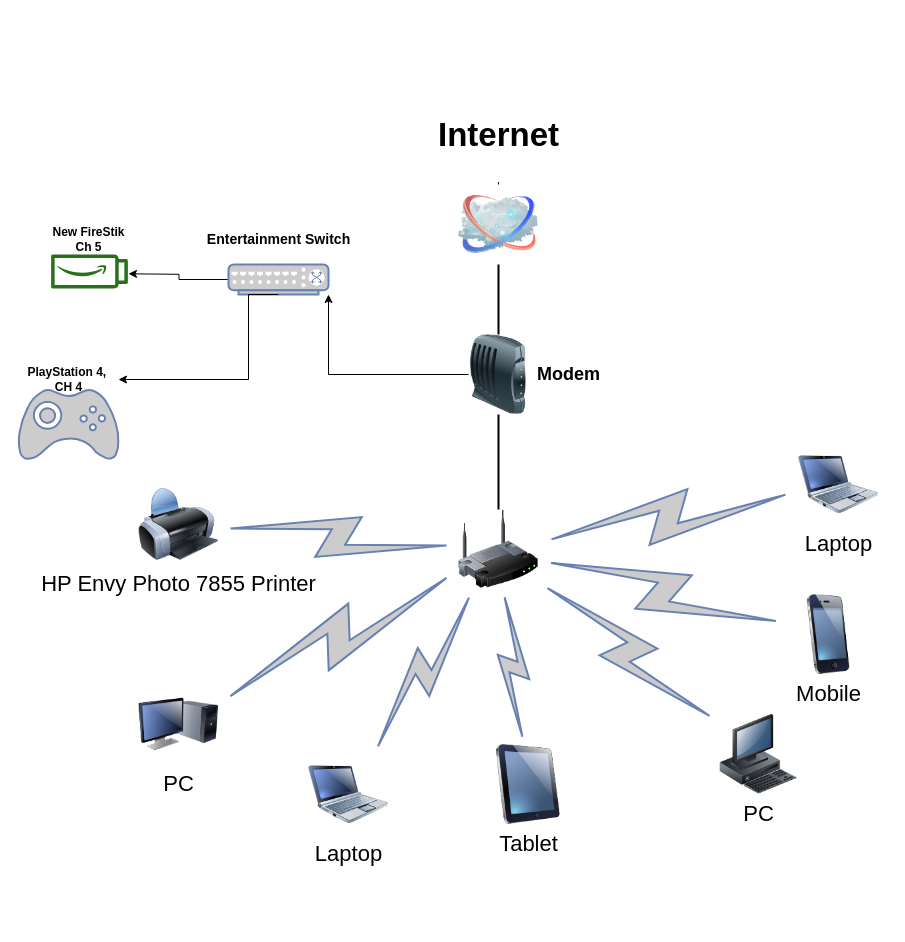
ajnickmom/hmnetwork keeps this draw.io diagram as hmnetwork.drawio. Above is the earlier version. Source tidied: cells renumbered, new cells numbered last; positions are measured from the earlier drawing's top-left corner, leaving out a move shared by most shapes. Both pictures are drawn from the tidied source at 100%, with x=0, y=0 at pixel (18, 104).
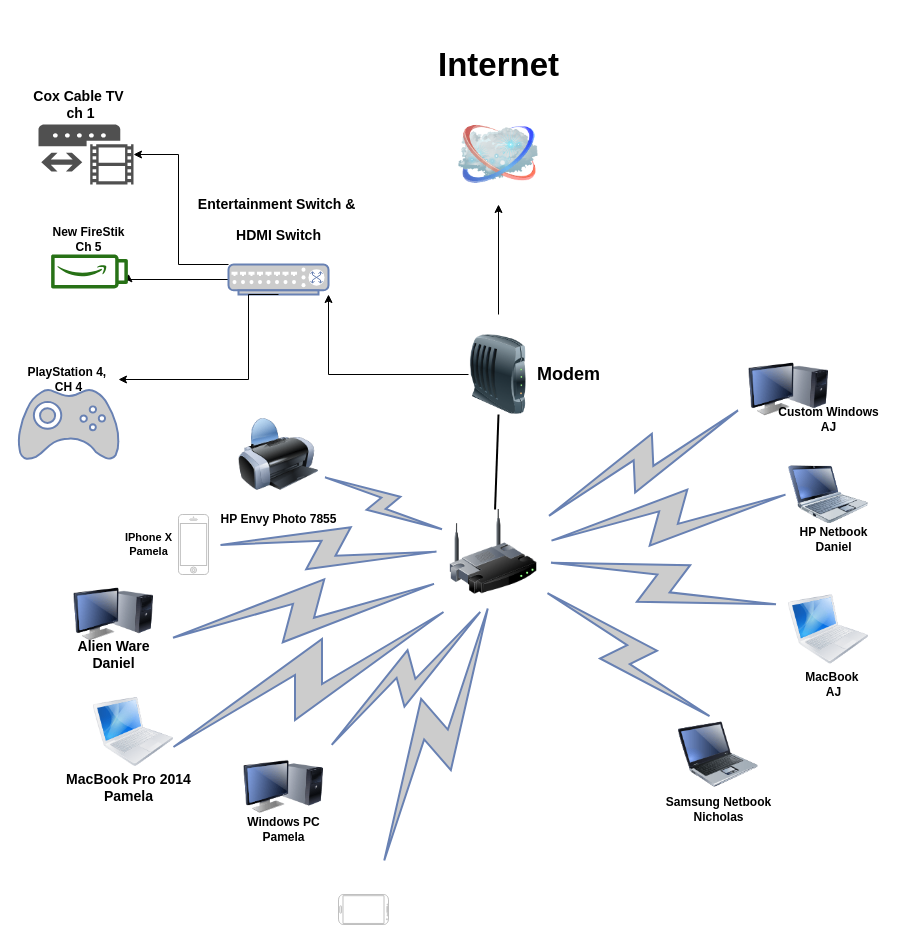
After the change.

The change refers to these unchanged cells:
```xml
<mxCell id="24" style="fontColor=#0066CC;verticalAlign=top;verticalLabelPosition=bottom;labelPosition=center;align=center;html=1;outlineConnect=0;fillColor=#CCCCCC;strokeColor=#6881B3;gradientColor=none;gradientDirection=north;strokeWidth=2;shape=mxgraph.networks.switch;" parent="1" vertex="1">
  <mxGeometry x="210" y="160" width="100" height="30" as="geometry" />
</mxCell>
```

Change to the diagram source:
```diff
@@
     <mxCell id="3" style="image;html=1;labelBackgroundColor=#ffffff;image=img/lib/clip_art/networking/Wireless_Router_128x128.png;rounded=1;shadow=0;comic=0;strokeWidth=2;fontSize=22;" parent="1" vertex="1">
-      <mxGeometry x="440" y="405" width="80" height="80" as="geometry" />
+      <mxGeometry x="430" y="405" width="90" height="85" as="geometry" />
     </mxCell>
-    <mxCell id="4" style="edgeStyle=orthogonalEdgeStyle;rounded=0;jettySize=auto;html=1;" parent="1" edge="1" source="5">
-      <mxGeometry relative="1" as="geometry">
-        <mxPoint x="480" as="targetPoint" />
-      </mxGeometry>
-    </mxCell>
-    <mxCell id="5" value="&lt;h2&gt;Internet&lt;/h2&gt;" style="image;html=1;labelBackgroundColor=#ffffff;image=img/lib/clip_art/networking/Cloud_128x128.png;rounded=1;shadow=0;comic=0;strokeWidth=2;fontSize=22;labelPosition=center;verticalLabelPosition=top;align=center;verticalAlign=bottom;" parent="1" vertex="1">
-      <mxGeometry x="440" y="80" width="80" height="80" as="geometry" />
-    </mxCell>
-    <mxCell id="6" style="edgeStyle=none;rounded=0;html=1;labelBackgroundColor=none;endArrow=none;strokeWidth=2;fontFamily=Verdana;fontSize=22;" parent="1" edge="1" target="5">
-      <mxGeometry relative="1" as="geometry">
-        <mxPoint x="480" y="230" as="sourcePoint" />
-      </mxGeometry>
-    </mxCell>
-    <mxCell id="7" value="Tablet" style="image;html=1;labelBackgroundColor=#ffffff;image=img/lib/clip_art/computers/iPad_128x128.png;rounded=1;shadow=0;comic=0;strokeWidth=2;fontSize=22;" parent="1" vertex="1">
-      <mxGeometry x="470" y="640" width="80" height="80" as="geometry" />
-    </mxCell>
-    <mxCell id="8" value="PC" style="image;html=1;labelBackgroundColor=#ffffff;image=img/lib/clip_art/computers/Monitor_Tower_128x128.png;rounded=1;shadow=0;comic=0;strokeWidth=2;fontSize=22;" parent="1" vertex="1">
-      <mxGeometry x="120" y="580" width="80" height="80" as="geometry" />
-    </mxCell>
+    <mxCell id="34" style="edgeStyle=orthogonalEdgeStyle;rounded=0;orthogonalLoop=1;jettySize=auto;html=1;" parent="1" edge="1">
+      <mxGeometry relative="1" as="geometry">
+        <mxPoint x="480" y="210" as="sourcePoint" />
+        <mxPoint x="480" y="100" as="targetPoint" />
+      </mxGeometry>
+    </mxCell>
-    <mxCell id="9" value="HP Envy Photo 7855 Printer" style="image;html=1;labelBackgroundColor=#ffffff;image=img/lib/clip_art/computers/Printer_128x128.png;rounded=1;shadow=0;comic=0;strokeWidth=2;fontSize=22;" parent="1" vertex="1">
-      <mxGeometry x="120" y="380" width="80" height="80" as="geometry" />
+    <mxCell id="9" value="&lt;h3 style=&quot;font-size: 12px ; line-height: 100%&quot;&gt;HP Envy Photo 7855&lt;/h3&gt;" style="image;html=1;labelBackgroundColor=#ffffff;image=img/lib/clip_art/computers/Printer_128x128.png;rounded=1;shadow=0;comic=0;strokeWidth=2;fontSize=22;align=center;" parent="1" vertex="1">
+      <mxGeometry x="220" y="310" width="80" height="80" as="geometry" />
     </mxCell>
-    <mxCell id="10" value="PC" style="image;html=1;labelBackgroundColor=#ffffff;image=img/lib/clip_art/computers/Workstation_128x128.png;rounded=1;shadow=0;comic=0;strokeWidth=2;fontSize=22;" parent="1" vertex="1">
-      <mxGeometry x="700" y="610" width="80" height="80" as="geometry" />
-    </mxCell>
-    <mxCell id="11" value="Mobile" style="image;html=1;labelBackgroundColor=#ffffff;image=img/lib/clip_art/telecommunication/iPhone_128x128.png;rounded=1;shadow=0;comic=0;strokeWidth=2;fontSize=22;" parent="1" vertex="1">
-      <mxGeometry x="770" y="490" width="80" height="80" as="geometry" />
-    </mxCell>
-    <mxCell id="12" value="Laptop" style="image;html=1;labelBackgroundColor=#ffffff;image=img/lib/clip_art/computers/Netbook_128x128.png;rounded=1;shadow=0;comic=0;strokeColor=#000000;strokeWidth=2;fillColor=#FFFFFF;fontSize=22;fontColor=#000000;" parent="1" vertex="1">
-      <mxGeometry x="780" y="340" width="80" height="80" as="geometry" />
-    </mxCell>
-    <mxCell id="13" value="Laptop" style="image;html=1;labelBackgroundColor=#ffffff;image=img/lib/clip_art/computers/Netbook_128x128.png;rounded=1;shadow=0;comic=0;strokeWidth=2;fontSize=22;" parent="1" vertex="1">
-      <mxGeometry x="290" y="650" width="80" height="80" as="geometry" />
-    </mxCell>
-    <mxCell id="14" style="html=1;fillColor=#CCCCCC;strokeColor=#6881B3;gradientColor=none;gradientDirection=north;strokeWidth=2;shape=mxgraph.networks.comm_link_edge;html=1;labelBackgroundColor=none;endArrow=none;fontFamily=Verdana;fontSize=22;fontColor=#000000;" parent="1" edge="1" source="9" target="3">
-      <mxGeometry relative="1" as="geometry" />
+    <mxCell id="14" style="html=1;fillColor=#CCCCCC;strokeColor=#6881B3;gradientColor=none;gradientDirection=north;strokeWidth=2;shape=mxgraph.networks.comm_link_edge;html=1;labelBackgroundColor=none;endArrow=none;fontFamily=Verdana;fontSize=22;fontColor=#000000;" parent="1" edge="1" target="3">
+      <mxGeometry relative="1" as="geometry">
+        <mxPoint x="300" y="370" as="sourcePoint" />
+      </mxGeometry>
     </mxCell>
-    <mxCell id="15" style="html=1;fillColor=#CCCCCC;strokeColor=#6881B3;gradientColor=none;gradientDirection=north;strokeWidth=2;shape=mxgraph.networks.comm_link_edge;html=1;labelBackgroundColor=none;endArrow=none;fontFamily=Verdana;fontSize=22;fontColor=#000000;fontStyle=1;" parent="1" edge="1" source="8" target="3">
-      <mxGeometry relative="1" as="geometry" />
+    <mxCell id="15" style="html=1;fillColor=#CCCCCC;strokeColor=#6881B3;gradientColor=none;gradientDirection=north;strokeWidth=2;shape=mxgraph.networks.comm_link_edge;html=1;labelBackgroundColor=none;endArrow=none;fontFamily=Verdana;fontSize=22;fontColor=#000000;fontStyle=1;" parent="1" edge="1" source="39" target="3">
+      <mxGeometry relative="1" as="geometry">
+        <Array as="points">
+          <mxPoint x="290" y="490" />
+          <mxPoint x="440" y="470" />
+        </Array>
+      </mxGeometry>
     </mxCell>
-    <mxCell id="16" style="html=1;fillColor=#CCCCCC;strokeColor=#6881B3;gradientColor=none;gradientDirection=north;strokeWidth=2;shape=mxgraph.networks.comm_link_edge;html=1;labelBackgroundColor=none;endArrow=none;fontFamily=Verdana;fontSize=22;fontColor=#000000;" parent="1" edge="1" source="13" target="3">
-      <mxGeometry relative="1" as="geometry" />
-    </mxCell>
-    <mxCell id="17" style="html=1;fillColor=#CCCCCC;strokeColor=#6881B3;gradientColor=none;gradientDirection=north;strokeWidth=2;shape=mxgraph.networks.comm_link_edge;html=1;labelBackgroundColor=none;endArrow=none;fontFamily=Verdana;fontSize=22;fontColor=#000000;" parent="1" edge="1" source="7" target="3">
-      <mxGeometry relative="1" as="geometry" />
+    <mxCell id="17" style="html=1;fillColor=#CCCCCC;strokeColor=#6881B3;gradientColor=none;gradientDirection=north;strokeWidth=2;shape=mxgraph.networks.comm_link_edge;html=1;labelBackgroundColor=none;endArrow=none;fontFamily=Verdana;fontSize=22;fontColor=#000000;" parent="1" edge="1" source="42">
+      <mxGeometry relative="1" as="geometry">
+        <mxPoint x="470" y="500" as="targetPoint" />
+        <Array as="points">
+          <mxPoint x="360" y="600" />
+          <mxPoint x="430" y="530" />
+        </Array>
+      </mxGeometry>
     </mxCell>
-    <mxCell id="18" style="html=1;fillColor=#CCCCCC;strokeColor=#6881B3;gradientColor=none;gradientDirection=north;strokeWidth=2;shape=mxgraph.networks.comm_link_edge;html=1;labelBackgroundColor=none;endArrow=none;fontFamily=Verdana;fontSize=22;fontColor=#000000;" parent="1" edge="1" source="10" target="3">
-      <mxGeometry relative="1" as="geometry" />
+    <mxCell id="18" style="html=1;fillColor=#CCCCCC;strokeColor=#6881B3;gradientColor=none;gradientDirection=north;strokeWidth=2;shape=mxgraph.networks.comm_link_edge;html=1;labelBackgroundColor=none;endArrow=none;fontFamily=Verdana;fontSize=22;fontColor=#000000;" parent="1" edge="1" target="3">
+      <mxGeometry relative="1" as="geometry">
+        <mxPoint x="700" y="618.5" as="sourcePoint" />
+      </mxGeometry>
     </mxCell>
-    <mxCell id="19" style="html=1;fillColor=#CCCCCC;strokeColor=#6881B3;gradientColor=none;gradientDirection=north;strokeWidth=2;shape=mxgraph.networks.comm_link_edge;html=1;labelBackgroundColor=none;endArrow=none;fontFamily=Verdana;fontSize=22;fontColor=#000000;" parent="1" edge="1" source="11" target="3">
-      <mxGeometry relative="1" as="geometry" />
+    <mxCell id="19" style="html=1;fillColor=#CCCCCC;strokeColor=#6881B3;gradientColor=none;gradientDirection=north;strokeWidth=2;shape=mxgraph.networks.comm_link_edge;html=1;labelBackgroundColor=none;endArrow=none;fontFamily=Verdana;fontSize=22;fontColor=#000000;" parent="1" edge="1" target="3">
+      <mxGeometry relative="1" as="geometry">
+        <mxPoint x="770" y="502.1" as="sourcePoint" />
+      </mxGeometry>
     </mxCell>
-    <mxCell id="20" style="html=1;fillColor=#CCCCCC;strokeColor=#6881B3;gradientColor=none;gradientDirection=north;strokeWidth=2;shape=mxgraph.networks.comm_link_edge;html=1;labelBackgroundColor=none;endArrow=none;fontFamily=Verdana;fontSize=22;fontColor=#000000;" parent="1" edge="1" source="12" target="3">
-      <mxGeometry relative="1" as="geometry" />
+    <mxCell id="20" style="html=1;fillColor=#CCCCCC;strokeColor=#6881B3;gradientColor=none;gradientDirection=north;strokeWidth=2;shape=mxgraph.networks.comm_link_edge;html=1;labelBackgroundColor=none;endArrow=none;fontFamily=Verdana;fontSize=22;fontColor=#000000;" parent="1" edge="1" target="3">
+      <mxGeometry relative="1" as="geometry">
+        <mxPoint x="780" y="387.6" as="sourcePoint" />
+      </mxGeometry>
     </mxCell>
@@
     <mxCell id="23" style="edgeStyle=orthogonalEdgeStyle;rounded=0;jettySize=auto;html=1;" parent="1" edge="1" source="24">
       <mxGeometry relative="1" as="geometry">
         <mxPoint x="110" y="169.3" as="targetPoint" />
+        <Array as="points">
+          <mxPoint x="110" y="175" />
+        </Array>
       </mxGeometry>
     </mxCell>
@@
+    <mxCell id="35" style="edgeStyle=orthogonalEdgeStyle;rounded=0;jettySize=auto;html=1;" parent="1" edge="1" source="24" target="36">
+      <mxGeometry relative="1" as="geometry">
+        <Array as="points">
+          <mxPoint x="160" y="160" />
+          <mxPoint x="160" y="50" />
+        </Array>
+      </mxGeometry>
+    </mxCell>
-    <mxCell id="26" value="&lt;h3&gt;Entertainment Switch&lt;/h3&gt;" style="text;html=1;align=center;verticalAlign=middle;fillColor=none;strokeColor=none;rounded=0;" parent="1" vertex="1">
-      <mxGeometry x="180" y="110" width="160" height="50" as="geometry" />
+    <mxCell id="26" value="&lt;h3&gt;Entertainment Switch &amp;amp;&amp;nbsp;&lt;/h3&gt;&lt;h3&gt;HDMI Switch&lt;/h3&gt;" style="text;html=1;align=center;verticalAlign=middle;fillColor=none;strokeColor=none;rounded=0;" parent="1" vertex="1">
+      <mxGeometry x="170" y="75" width="180" height="80" as="geometry" />
     </mxCell>
@@
-    <mxCell id="33" value="&lt;h4&gt;New FireStik&lt;br&gt;Ch 5&lt;/h4&gt;" style="text;html=1;align=center;verticalAlign=middle;fillColor=none;strokeColor=none;rounded=0;" parent="1" vertex="1">
+    <mxCell id="33" value="&lt;h4&gt;&lt;/h4&gt;&lt;h4&gt;New FireStik&lt;br&gt;Ch 5&lt;/h4&gt;" style="text;html=1;align=center;verticalAlign=middle;fillColor=none;strokeColor=none;rounded=0;" parent="1" vertex="1">
       <mxGeometry x="25" y="100" width="90" height="70" as="geometry" />
     </mxCell>
+    <mxCell id="36" style="shadow=0;dashed=0;html=1;strokeColor=none;fillColor=#505050;labelPosition=center;verticalLabelPosition=bottom;verticalAlign=top;outlineConnect=0;align=center;shape=mxgraph.office.devices.video_gateway;" parent="1" vertex="1">
+      <mxGeometry x="20" y="20" width="95" height="60" as="geometry" />
+    </mxCell>
+    <mxCell id="37" value="&lt;h3&gt;Cox Cable TV&lt;br&gt;&amp;nbsp;ch 1&lt;/h3&gt;" style="text;html=1;align=center;verticalAlign=middle;fillColor=none;strokeColor=none;rounded=0;" parent="1" vertex="1">
+      <mxGeometry x="5" y="-30" width="110" height="60" as="geometry" />
+    </mxCell>
+    <mxCell id="38" style="image;html=1;image=img/lib/clip_art/computers/Monitor_Tower_128x128.png;align=center;" parent="1" vertex="1">
+      <mxGeometry x="55" y="470" width="80" height="80" as="geometry" />
+    </mxCell>
+    <mxCell id="39" value="&lt;h3&gt;Alien Ware&lt;br&gt;Daniel&lt;/h3&gt;" style="text;html=1;align=center;verticalAlign=middle;points=[];fillColor=none;strokeColor=none;rounded=0;" parent="1" vertex="1">
+      <mxGeometry x="50" y="520" width="90" height="60" as="geometry" />
+    </mxCell>
+    <mxCell id="40" style="image;html=1;image=img/lib/clip_art/computers/MacBook_128x128.png;align=center;" parent="1" vertex="1">
+      <mxGeometry x="75" y="587.5" width="80" height="80" as="geometry" />
+    </mxCell>
+    <mxCell id="41" value="&lt;h3&gt;MacBook Pro 2014&lt;br&gt;Pamela&lt;/h3&gt;" style="text;html=1;align=center;verticalAlign=middle;fillColor=none;strokeColor=none;rounded=0;" parent="1" vertex="1">
+      <mxGeometry x="40" y="652.5" width="140" height="60" as="geometry" />
+    </mxCell>
+    <mxCell id="42" style="image;html=1;image=img/lib/clip_art/computers/Monitor_Tower_128x128.png;align=center;" parent="1" vertex="1">
+      <mxGeometry x="225" y="642.5" width="80" height="80" as="geometry" />
+    </mxCell>
+    <mxCell id="43" value="&lt;h4&gt;Windows PC&lt;br&gt;Pamela&lt;/h4&gt;" style="text;html=1;align=center;verticalAlign=middle;fillColor=none;strokeColor=none;rounded=0;" parent="1" vertex="1">
+      <mxGeometry x="220" y="690" width="90" height="70" as="geometry" />
+    </mxCell>
+    <mxCell id="44" style="image;html=1;image=img/lib/clip_art/computers/Laptop_128x128.png;align=center;" parent="1" vertex="1">
+      <mxGeometry x="660" y="610" width="80" height="80" as="geometry" />
+    </mxCell>
+    <mxCell id="45" value="&lt;h4&gt;Samsung Netbook&lt;br&gt;Nicholas&lt;/h4&gt;" style="text;html=1;align=center;verticalAlign=middle;fillColor=none;strokeColor=none;rounded=0;" parent="1" vertex="1">
+      <mxGeometry x="640" y="670" width="120" height="70" as="geometry" />
+    </mxCell>
+    <mxCell id="46" style="image;html=1;image=img/lib/clip_art/computers/MacBook_128x128.png;align=center;" parent="1" vertex="1">
+      <mxGeometry x="770" y="485" width="80" height="80" as="geometry" />
+    </mxCell>
+    <mxCell id="47" value="&lt;h4&gt;MacBook&amp;nbsp;&lt;br&gt;AJ&lt;/h4&gt;" style="text;html=1;align=center;verticalAlign=middle;fillColor=none;strokeColor=none;rounded=0;" parent="1" vertex="1">
+      <mxGeometry x="780" y="545" width="70" height="70" as="geometry" />
+    </mxCell>
+    <mxCell id="48" style="image;html=1;image=img/lib/clip_art/computers/Netbook_128x128.png;align=center;" parent="1" vertex="1">
+      <mxGeometry x="770" y="350" width="80" height="80" as="geometry" />
+    </mxCell>
+    <mxCell id="49" value="&lt;h4&gt;HP Netbook&lt;br&gt;Daniel&lt;/h4&gt;" style="text;html=1;align=center;verticalAlign=middle;fillColor=none;strokeColor=none;rounded=0;" parent="1" vertex="1">
+      <mxGeometry x="775" y="400" width="80" height="70" as="geometry" />
+    </mxCell>
+    <mxCell id="50" style="html=1;fillColor=#CCCCCC;strokeColor=#6881B3;gradientColor=none;gradientDirection=north;strokeWidth=2;shape=mxgraph.networks.comm_link_edge;html=1;labelBackgroundColor=none;endArrow=none;fontFamily=Verdana;fontSize=22;fontColor=#000000;" parent="1" edge="1" target="3">
+      <mxGeometry relative="1" as="geometry">
+        <mxPoint x="730" y="300" as="sourcePoint" />
+        <Array as="points">
+          <mxPoint x="590" y="370" />
+        </Array>
+      </mxGeometry>
+    </mxCell>
+    <mxCell id="51" style="image;html=1;image=img/lib/clip_art/computers/Monitor_Tower_128x128.png;align=center;" parent="1" vertex="1">
+      <mxGeometry x="730" y="245" width="80" height="80" as="geometry" />
+    </mxCell>
+    <mxCell id="52" value="&lt;h4&gt;Custom Windows&lt;br&gt;AJ&lt;/h4&gt;" style="text;html=1;align=center;verticalAlign=middle;fillColor=none;strokeColor=none;rounded=0;" parent="1" vertex="1">
+      <mxGeometry x="750" y="280" width="120" height="70" as="geometry" />
+    </mxCell>
+    <mxCell id="5" value="&lt;h2&gt;Internet&lt;/h2&gt;" style="image;html=1;labelBackgroundColor=#ffffff;image=img/lib/clip_art/networking/Cloud_128x128.png;rounded=1;shadow=0;comic=0;strokeWidth=2;fontSize=22;labelPosition=center;verticalLabelPosition=top;align=center;verticalAlign=bottom;" parent="1" vertex="1">
+      <mxGeometry x="440" y="10" width="80" height="80" as="geometry" />
+    </mxCell>
+    <mxCell id="53" style="html=1;fillColor=#CCCCCC;strokeColor=#6881B3;gradientColor=none;gradientDirection=north;strokeWidth=2;shape=mxgraph.networks.comm_link_edge;html=1;labelBackgroundColor=none;endArrow=none;fontFamily=Verdana;fontSize=22;fontColor=#000000;entryX=0;entryY=0.5;entryDx=0;entryDy=0;" parent="1" edge="1" target="3">
+      <mxGeometry relative="1" as="geometry">
+        <mxPoint x="190" y="440" as="sourcePoint" />
+        <Array as="points">
+          <mxPoint x="200" y="499.2" />
+        </Array>
+      </mxGeometry>
+    </mxCell>
+    <mxCell id="54" style="html=1;verticalLabelPosition=bottom;labelBackgroundColor=#ffffff;verticalAlign=top;shadow=0;dashed=0;strokeWidth=1;shape=mxgraph.ios7.misc.iphone;strokeColor=#c0c0c0;align=center;" parent="1" vertex="1">
+      <mxGeometry x="160" y="410" width="30" height="60" as="geometry" />
+    </mxCell>
+    <mxCell id="55" value="&lt;h4 style=&quot;font-size: 11px&quot;&gt;&lt;font style=&quot;font-size: 11px&quot;&gt;IPhone X&lt;br&gt;&lt;/font&gt;&lt;font style=&quot;font-size: 11px&quot;&gt;Pamela&lt;/font&gt;&lt;/h4&gt;" style="text;html=1;align=center;verticalAlign=middle;fillColor=none;strokeColor=none;rounded=0;" parent="1" vertex="1">
+      <mxGeometry x="100" y="410" width="60" height="60" as="geometry" />
+    </mxCell>
+    <mxCell id="56" style="html=1;fillColor=#CCCCCC;strokeColor=#6881B3;gradientColor=none;gradientDirection=north;strokeWidth=2;shape=mxgraph.networks.comm_link_edge;html=1;labelBackgroundColor=none;endArrow=none;fontFamily=Verdana;fontSize=22;fontColor=#000000;fontStyle=1;" parent="1" edge="1">
+      <mxGeometry relative="1" as="geometry">
+        <mxPoint x="140" y="650" as="sourcePoint" />
+        <mxPoint x="440" y="500" as="targetPoint" />
+        <Array as="points">
+          <mxPoint x="190" y="590" />
+          <mxPoint x="230" y="600" />
+          <mxPoint x="300" y="580" />
+          <mxPoint x="350" y="570" />
+          <mxPoint x="440" y="490" />
+          <mxPoint x="430" y="490" />
+        </Array>
+      </mxGeometry>
+    </mxCell>
+    <mxCell id="57" style="html=1;fillColor=#CCCCCC;strokeColor=#6881B3;gradientColor=none;gradientDirection=north;strokeWidth=2;shape=mxgraph.networks.comm_link_edge;html=1;labelBackgroundColor=none;endArrow=none;fontFamily=Verdana;fontSize=22;fontColor=#000000;entryX=0.5;entryY=1;entryDx=0;entryDy=0;" parent="1" edge="1" target="3">
+      <mxGeometry relative="1" as="geometry">
+        <mxPoint x="360" y="770" as="sourcePoint" />
+        <Array as="points">
+          <mxPoint x="441.7" y="610" />
+          <mxPoint x="511.7" y="540" />
+        </Array>
+      </mxGeometry>
+    </mxCell>
+    <mxCell id="58" style="verticalLabelPosition=bottom;verticalAlign=top;html=1;shadow=0;dashed=0;strokeWidth=1;shape=mxgraph.android.phone2;strokeColor=#c0c0c0;direction=south;align=center;" parent="1" vertex="1">
+      <mxGeometry x="320" y="790" width="50" height="30" as="geometry" />
+    </mxCell>
```
